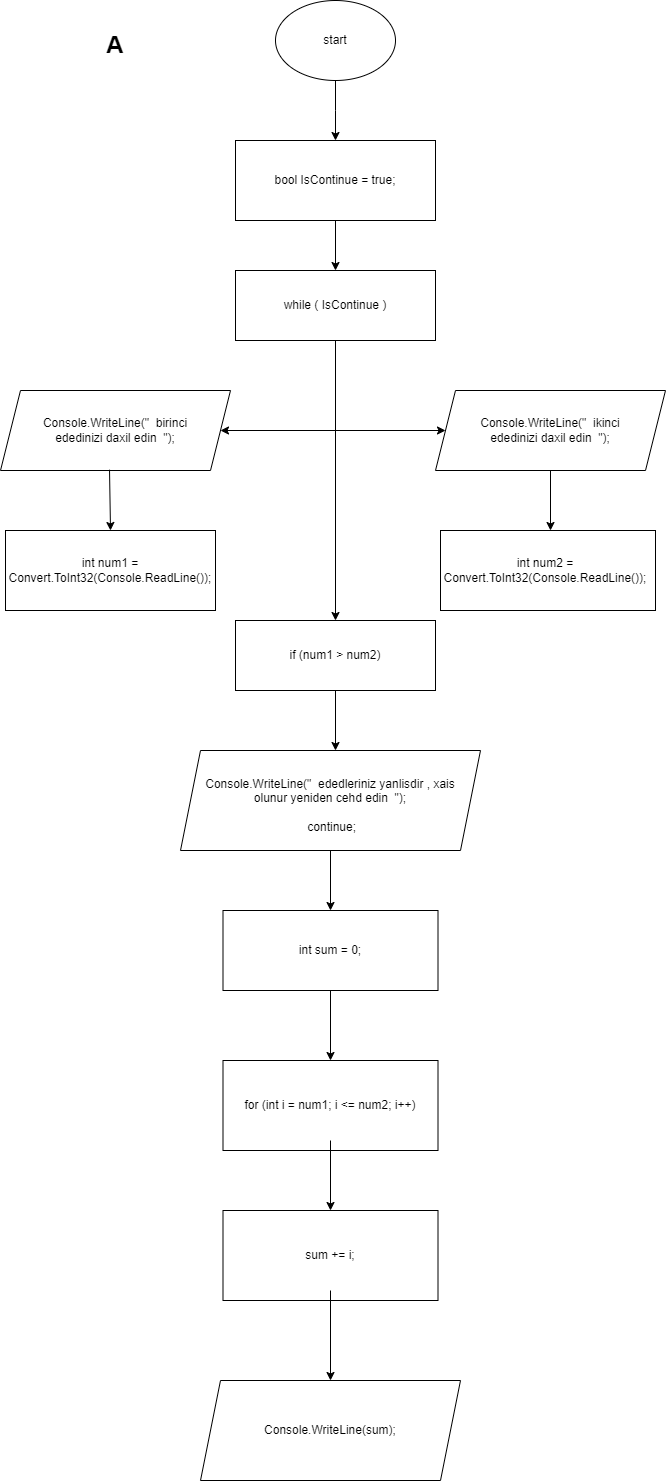
Mehemmed-Cf/assigment keeps this draw.io diagram as flowchart task A.png. Above is the earlier version. Source tidied: cells renumbered, new cells last; positions are measured from the earlier drawing's top-left corner, leaving out a move shared by most shapes.
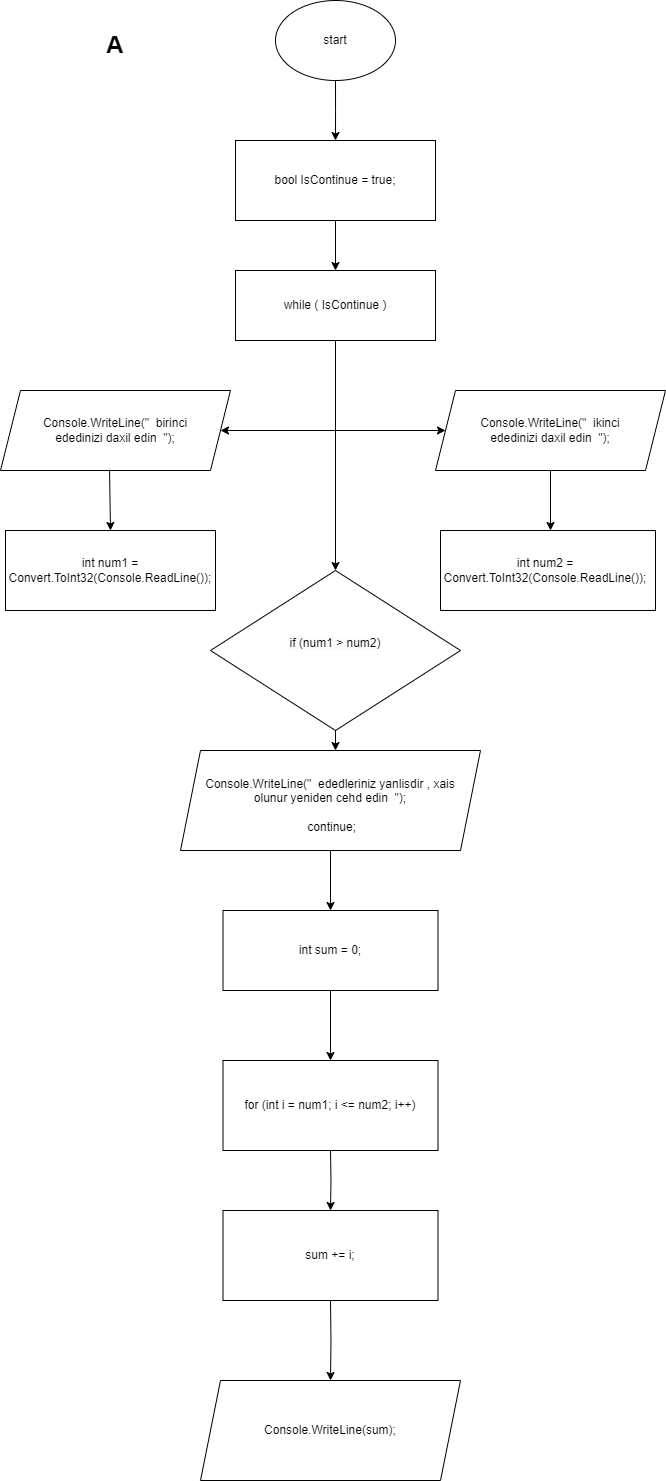
After the change.

Change to the diagram source:
```diff
@@ -25,7 +25,7 @@
     <mxCell id="8" value="&lt;h1&gt;A&lt;/h1&gt;" style="text;html=1;strokeColor=none;fillColor=none;align=center;verticalAlign=middle;whiteSpace=wrap;rounded=0;" parent="1" vertex="1">
       <mxGeometry x="25" width="180" height="90" as="geometry" />
     </mxCell>
-    <mxCell id="9" style="edgeStyle=orthogonalEdgeStyle;rounded=0;jettySize=auto;html=1;exitX=0.5;exitY=1;exitDx=0;exitDy=0;entryX=0.5;entryY=0;entryDx=0;entryDy=0;" parent="1" edge="1" source="10" target="23">
+    <mxCell id="9" style="edgeStyle=orthogonalEdgeStyle;rounded=0;jettySize=auto;html=1;exitX=0.5;exitY=1;exitDx=0;exitDy=0;entryX=0.5;entryY=0;entryDx=0;entryDy=0;" parent="1" edge="1" source="10" target="40">
       <mxGeometry relative="1" as="geometry" />
     </mxCell>
     <mxCell id="10" style="rounded=0;whiteSpace=wrap;html=1;" parent="1" vertex="1">
@@ -69,14 +69,9 @@
         <mxPoint x="550" y="530" as="targetPoint" />
       </mxGeometry>
     </mxCell>
-    <mxCell id="23" style="rounded=0;whiteSpace=wrap;html=1;" parent="1" vertex="1">
-      <mxGeometry x="235" y="620" width="200" height="70" as="geometry" />
-    </mxCell>
-    <mxCell id="24" value="if (num1 &amp;gt; num2)" style="text;html=1;strokeColor=none;fillColor=none;align=center;verticalAlign=middle;whiteSpace=wrap;rounded=0;" parent="1" vertex="1">
-      <mxGeometry x="245" y="630" width="180" height="50" as="geometry" />
-    </mxCell>
-    <mxCell id="25" style="endArrow=classic;html=1;rounded=0;exitX=0.5;exitY=1;exitDx=0;exitDy=0;" parent="1" edge="1" source="23">
+    <mxCell id="25" style="endArrow=classic;html=1;rounded=0;exitX=0.5;exitY=1;exitDx=0;exitDy=0;" parent="1" edge="1">
       <mxGeometry relative="1" as="geometry">
+        <mxPoint x="335" y="690" as="sourcePoint" />
         <mxPoint x="335" y="750" as="targetPoint" />
       </mxGeometry>
     </mxCell>
@@ -92,8 +87,10 @@
     <mxCell id="29" style="rounded=0;whiteSpace=wrap;html=1;glass=0;shadow=0;" parent="1" vertex="1">
       <mxGeometry x="222.5" y="1060" width="215" height="90" as="geometry" />
     </mxCell>
-    <mxCell id="30" style="edgeStyle=orthogonalEdgeStyle;rounded=0;jettySize=auto;html=1;entryX=0.5;entryY=0;entryDx=0;entryDy=0;" parent="1" edge="1" source="31" target="32">
-      <mxGeometry relative="1" as="geometry" />
+    <mxCell id="30" style="edgeStyle=orthogonalEdgeStyle;rounded=0;jettySize=auto;html=1;entryX=0.5;entryY=0;entryDx=0;entryDy=0;" parent="1" edge="1" target="32">
+      <mxGeometry relative="1" as="geometry">
+        <mxPoint x="330" y="1150" as="sourcePoint" />
+      </mxGeometry>
     </mxCell>
     <mxCell id="31" value="for (int i = num1; i &amp;lt;= num2; i++)" style="text;html=1;strokeColor=none;fillColor=none;align=center;verticalAlign=middle;whiteSpace=wrap;rounded=0;" parent="1" vertex="1">
       <mxGeometry x="230" y="1070" width="200" height="70" as="geometry" />
@@ -101,8 +98,10 @@
     <mxCell id="32" style="rounded=0;whiteSpace=wrap;html=1;glass=0;shadow=0;" parent="1" vertex="1">
       <mxGeometry x="222.5" y="1210" width="215" height="90" as="geometry" />
     </mxCell>
-    <mxCell id="33" style="edgeStyle=orthogonalEdgeStyle;rounded=0;jettySize=auto;html=1;entryX=0.5;entryY=0;entryDx=0;entryDy=0;" parent="1" edge="1" source="34" target="38">
-      <mxGeometry relative="1" as="geometry" />
+    <mxCell id="33" style="edgeStyle=orthogonalEdgeStyle;rounded=0;jettySize=auto;html=1;entryX=0.5;entryY=0;entryDx=0;entryDy=0;" parent="1" edge="1" target="38">
+      <mxGeometry relative="1" as="geometry">
+        <mxPoint x="330" y="1300" as="sourcePoint" />
+      </mxGeometry>
     </mxCell>
     <mxCell id="34" value="sum += i;" style="text;html=1;strokeColor=none;fillColor=none;align=center;verticalAlign=middle;whiteSpace=wrap;rounded=0;" parent="1" vertex="1">
       <mxGeometry x="230" y="1220" width="200" height="70" as="geometry" />
@@ -122,5 +121,11 @@
     <mxCell id="39" value="Console.WriteLine(sum);" style="text;html=1;strokeColor=none;fillColor=none;align=center;verticalAlign=middle;whiteSpace=wrap;rounded=0;" parent="1" vertex="1">
       <mxGeometry x="220" y="1390" width="220" height="80" as="geometry" />
     </mxCell>
+    <mxCell id="40" style="rhombus;whiteSpace=wrap;html=1;" parent="1" vertex="1">
+      <mxGeometry x="210" y="570" width="250" height="160" as="geometry" />
+    </mxCell>
+    <mxCell id="24" value="&#10;&lt;span style=&quot;color: rgb(0, 0, 0); font-family: Helvetica; font-size: 12px; font-style: normal; font-variant-ligatures: normal; font-variant-caps: normal; font-weight: 400; letter-spacing: normal; orphans: 2; text-align: center; text-indent: 0px; text-transform: none; widows: 2; word-spacing: 0px; -webkit-text-stroke-width: 0px; background-color: rgb(251, 251, 251); text-decoration-thickness: initial; text-decoration-style: initial; text-decoration-color: initial; float: none; display: inline !important;&quot;&gt;if (num1 &amp;gt; num2)&lt;/span&gt;&#10;&#10;" style="text;html=1;strokeColor=none;fillColor=none;align=center;verticalAlign=middle;whiteSpace=wrap;rounded=0;" parent="1" vertex="1">
+      <mxGeometry x="260" y="600" width="150" height="100" as="geometry" />
+    </mxCell>
   </root>
 </mxGraphModel>
```
